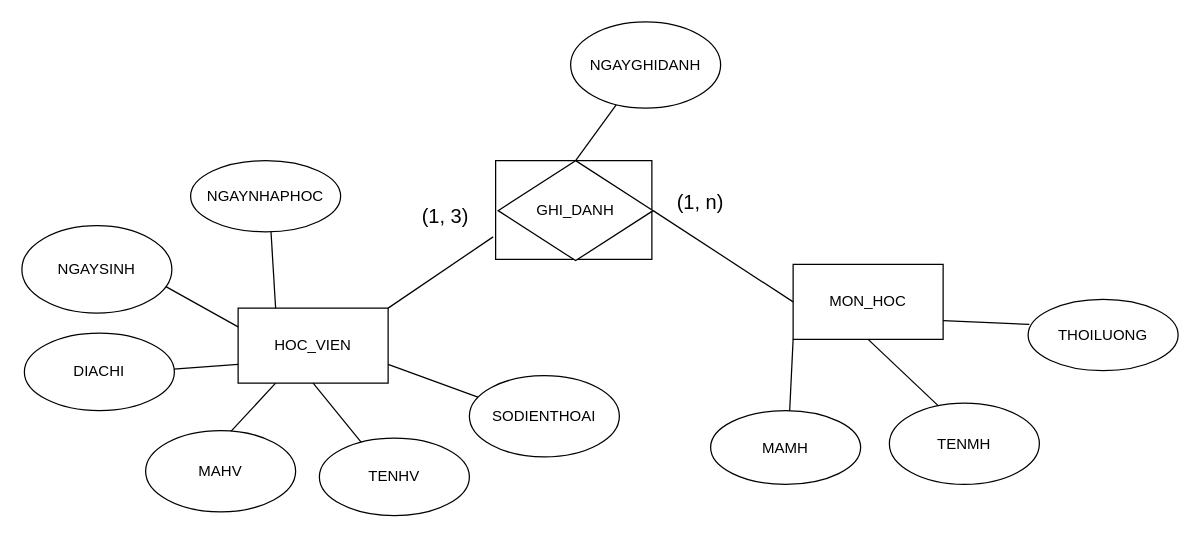
Before: page "Trang-9" (9 of 9) of Biểu đồ không có tiêu đề.drawio in sjsjsmsmsj/DSAHust, a draw.io diagram. Source tidied: cells renumbered, new cells numbered last; positions are measured from the earlier drawing's top-left corner, leaving out a move shared by most shapes. Both pictures are drawn from the tidied source at 125%, with x=0, y=0 at pixel (21, 21).
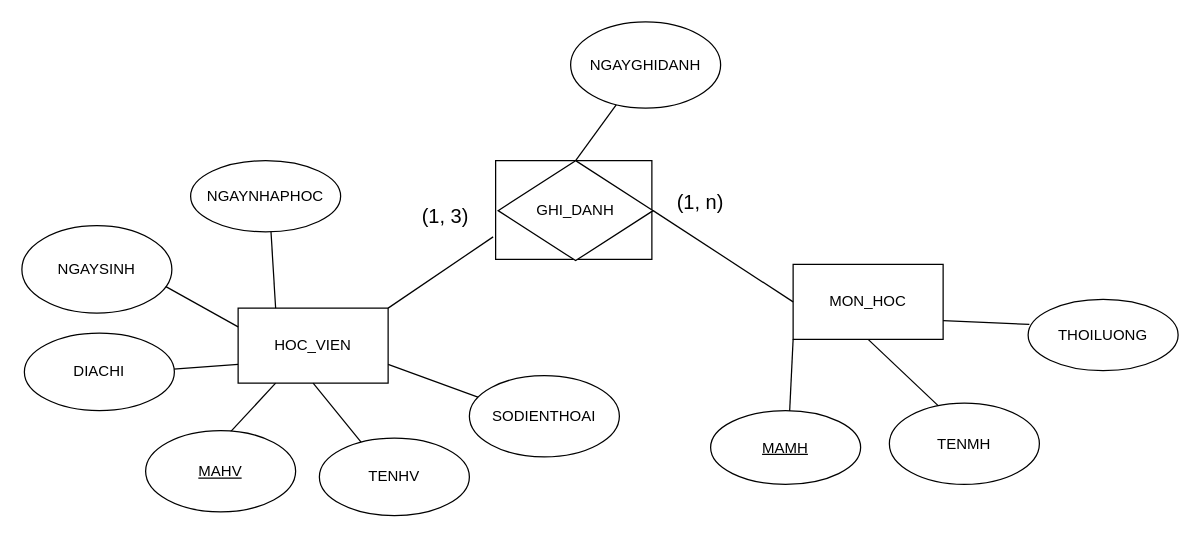
After the change.

Commit message:
Cập nhật Biểu đồ không có tiêu đề.drawio

What changed in the source:
```diff
@@
-    <mxCell id="4" value="MAHV" style="ellipse;whiteSpace=wrap;html=1;" parent="1" vertex="1">
+    <mxCell id="4" value="&lt;u&gt;MAHV&lt;/u&gt;" style="ellipse;whiteSpace=wrap;html=1;" parent="1" vertex="1">
       <mxGeometry x="99" y="327" width="120" height="65" as="geometry" />
     </mxCell>
@@
-    <mxCell id="17" value="MAMH" style="ellipse;whiteSpace=wrap;html=1;" parent="1" vertex="1">
+    <mxCell id="17" value="&lt;u&gt;MAMH&lt;/u&gt;" style="ellipse;whiteSpace=wrap;html=1;" parent="1" vertex="1">
       <mxGeometry x="551" y="311" width="120" height="59" as="geometry" />
     </mxCell>
```
